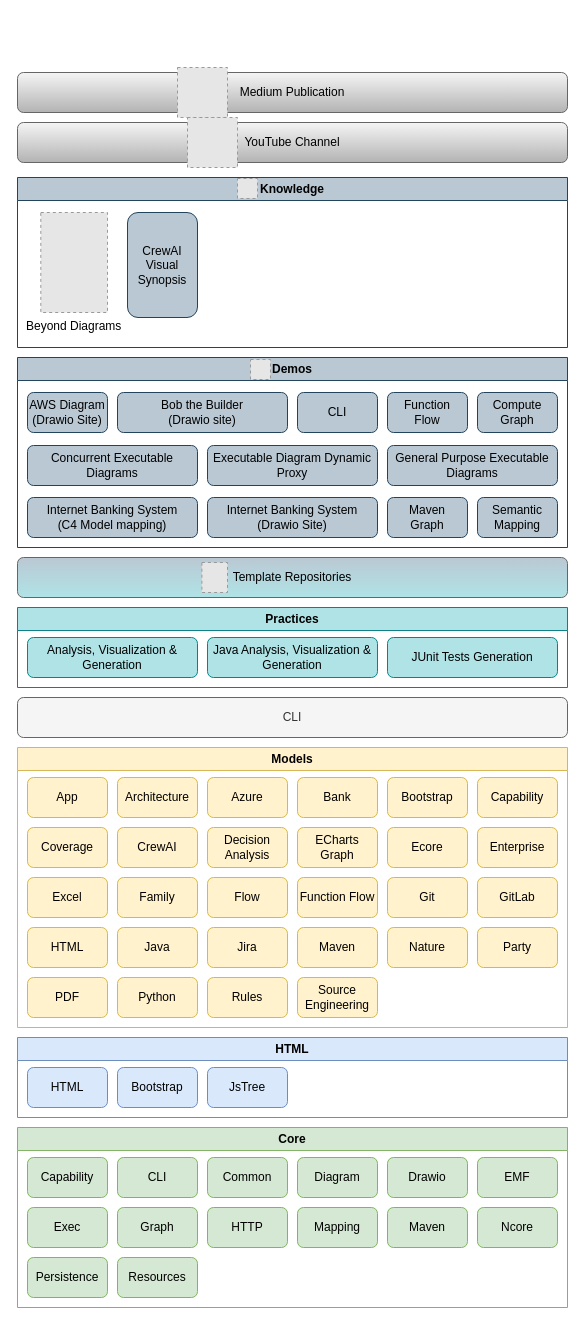
This is model/nasdanika.drawio from Nasdanika/nasdanika.github.io, a draw.io file, before an edit. Source tidied: cells renumbered, new cells numbered last; positions are measured from the earlier drawing's top-left corner, leaving out a move shared by most shapes. Both pictures are drawn from the tidied source at 100%, with x=0, y=0 at pixel (17, 67). Pictures stored in the file or linked from it are replaced by grey dashed boxes.
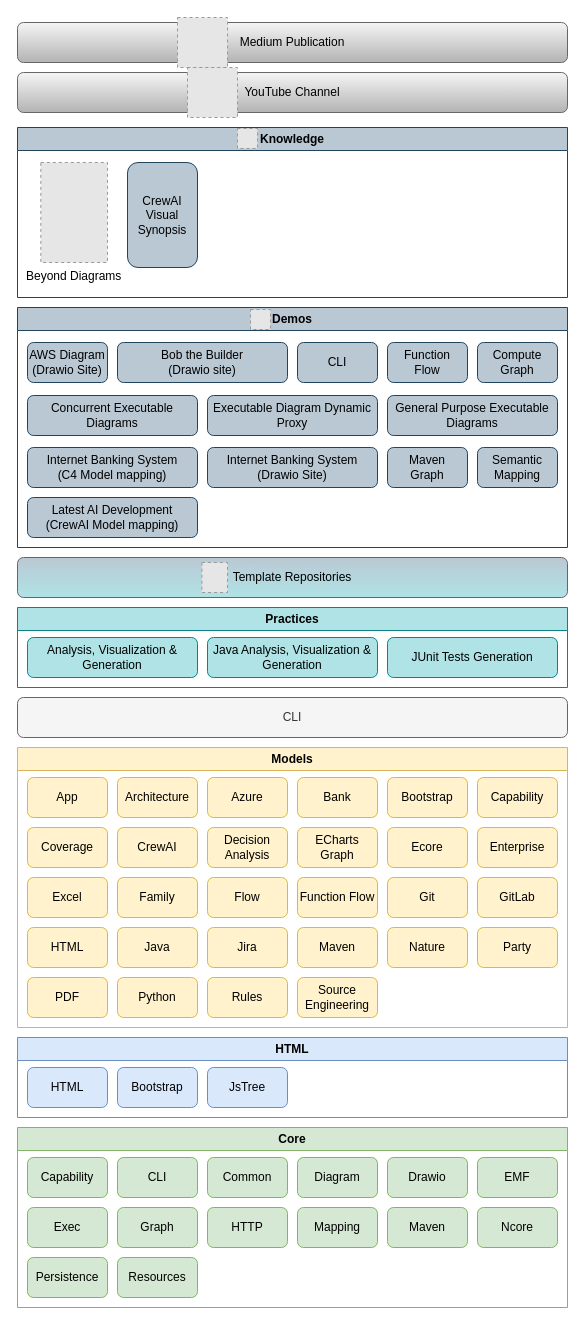
The same page after the edit.

Change to the diagram source:
```diff
@@
     <mxCell id="54" value="Knowledge" style="swimlane;whiteSpace=wrap;html=1;fillColor=#bac8d3;strokeColor=#23445d;" parent="1" vertex="1">
-      <mxGeometry y="110" width="550" height="170" as="geometry" />
+      <mxGeometry y="60" width="550" height="170" as="geometry" />
     </mxCell>
@@
     <mxCell id="59" value="YouTube Channel" style="rounded=1;whiteSpace=wrap;html=1;fillColor=#f5f5f5;strokeColor=#666666;gradientColor=#b3b3b3;" parent="1" vertex="1">
-      <mxGeometry y="55" width="550" height="40" as="geometry" />
+      <mxGeometry y="5" width="550" height="40" as="geometry" />
     </mxCell>
     <mxCell id="60" value="Medium Publication" style="rounded=1;whiteSpace=wrap;html=1;fillColor=#f5f5f5;strokeColor=#666666;gradientColor=#b3b3b3;" parent="1" vertex="1">
-      <mxGeometry y="5" width="550" height="40" as="geometry" />
+      <mxGeometry y="-45" width="550" height="40" as="geometry" />
     </mxCell>
     <mxCell id="61" style="fillColor=#E6E6E6;strokeColor=#999999;dashed=1;verticalLabelPosition=bottom;labelBackgroundColor=default;verticalAlign=top;" parent="1" vertex="1">
-      <mxGeometry x="160" width="50" height="50" as="geometry" />
+      <mxGeometry x="160" y="-50" width="50" height="50" as="geometry" />
     </mxCell>
     <mxCell id="62" style="fillColor=#E6E6E6;strokeColor=#999999;dashed=1;verticalLabelPosition=bottom;labelBackgroundColor=default;verticalAlign=top;" parent="1" vertex="1">
-      <mxGeometry x="170" y="50" width="50" height="50" as="geometry" />
+      <mxGeometry x="170" width="50" height="50" as="geometry" />
     </mxCell>
@@
     <mxCell id="65" value="Demos" style="swimlane;whiteSpace=wrap;html=1;fillColor=#bac8d3;strokeColor=#23445d;" parent="1" vertex="1">
-      <mxGeometry y="290" width="550" height="190" as="geometry" />
+      <mxGeometry y="240" width="550" height="240" as="geometry" />
     </mxCell>
@@
+    <mxCell id="79" value="Latest AI Development&lt;div&gt;(CrewAI Model mapping)&lt;/div&gt;" style="rounded=1;whiteSpace=wrap;html=1;fillColor=#bac8d3;strokeColor=#23445d;" parent="65" vertex="1">
+      <mxGeometry x="10" y="190" width="170" height="40" as="geometry" />
+    </mxCell>
```
